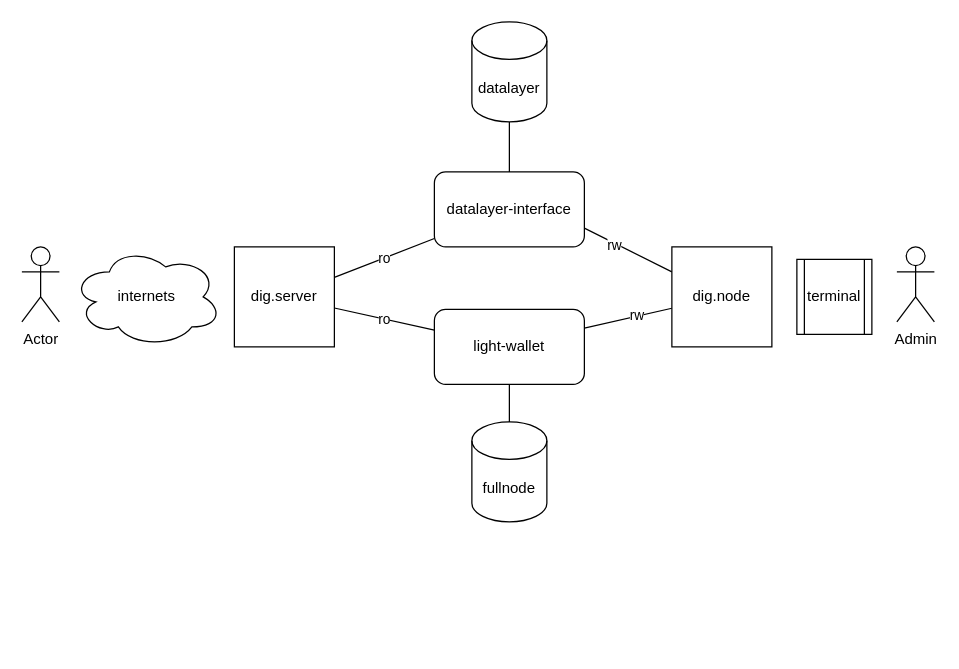
Above: block-diagram.drawio in Datalayer-Storage/Distributed-Internet-Gateway (draw.io), before the change. Source tidied: cells renumbered, new cells numbered last; positions are measured from the earlier drawing's top-left corner, leaving out a move shared by most shapes. Both pictures are drawn from the tidied source at 125%, with x=0, y=0 at pixel (21, 21).
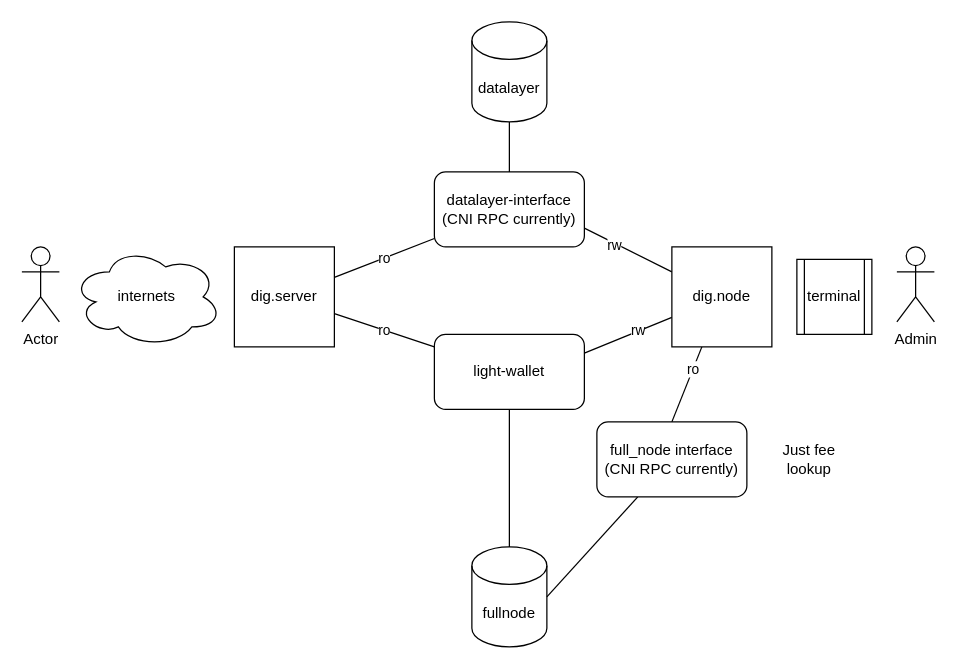
The same page after the edit.

Commit message:
add fullnode node

The change refers to these unchanged cells:
```xml
<mxCell id="18" value="dig.node" style="whiteSpace=wrap;html=1;" parent="1" vertex="1">
  <mxGeometry x="520" y="180" width="80" height="80" as="geometry" />
</mxCell>
```

Diff of the diagram source:
```diff
@@
     <mxCell id="5" value="fullnode" style="shape=cylinder3;whiteSpace=wrap;html=1;boundedLbl=1;backgroundOutline=1;size=15;" parent="1" vertex="1">
-      <mxGeometry x="360" y="320" width="60" height="80" as="geometry" />
+      <mxGeometry x="360" y="420" width="60" height="80" as="geometry" />
     </mxCell>
@@
     <mxCell id="10" value="light-wallet" style="rounded=1;whiteSpace=wrap;html=1;" parent="1" vertex="1">
-      <mxGeometry x="330" y="230" width="120" height="60" as="geometry" />
+      <mxGeometry x="330" y="250" width="120" height="60" as="geometry" />
     </mxCell>
@@
-    <mxCell id="12" value="datalayer-interface" style="rounded=1;whiteSpace=wrap;html=1;" parent="1" vertex="1">
+    <mxCell id="12" value="datalayer-interface&lt;br&gt;(CNI RPC currently)" style="rounded=1;whiteSpace=wrap;html=1;" parent="1" vertex="1">
       <mxGeometry x="330" y="120" width="120" height="60" as="geometry" />
     </mxCell>
@@
+    <mxCell id="20" style="edgeStyle=none;html=1;entryX=0.5;entryY=0;entryDx=0;entryDy=0;endArrow=none;endFill=0;" parent="1" edge="1" source="18" target="23">
+      <mxGeometry relative="1" as="geometry" />
+    </mxCell>
+    <mxCell id="21" value="ro" style="edgeLabel;html=1;align=center;verticalAlign=middle;" parent="20" vertex="1">
+      <mxGeometry x="-0.4" relative="1" as="geometry" />
+    </mxCell>
@@
+    <mxCell id="22" style="edgeStyle=none;html=1;entryX=1;entryY=0.5;entryDx=0;entryDy=0;entryPerimeter=0;endArrow=none;endFill=0;" parent="1" edge="1" source="23" target="5">
+      <mxGeometry relative="1" as="geometry" />
+    </mxCell>
+    <mxCell id="23" value="full_node interface&lt;br&gt;(CNI RPC currently)" style="rounded=1;whiteSpace=wrap;html=1;" parent="1" vertex="1">
+      <mxGeometry x="460" y="320" width="120" height="60" as="geometry" />
+    </mxCell>
+    <mxCell id="24" value="Just fee lookup" style="text;strokeColor=none;align=center;fillColor=none;html=1;verticalAlign=middle;whiteSpace=wrap;rounded=0;" parent="1" vertex="1">
+      <mxGeometry x="600" y="335" width="60" height="30" as="geometry" />
+    </mxCell>
```
